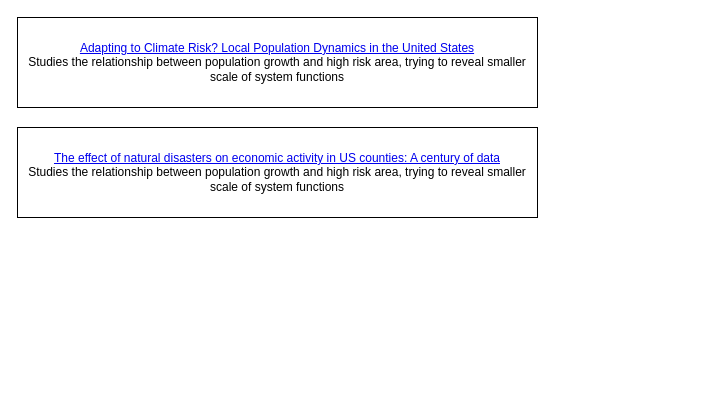
Above: RAwork-literature review.drawio in CaptainCCCP/Draw-io-cloud (draw.io), before the change. Source tidied: cells renumbered, new cells numbered last; positions are measured from the earlier drawing's top-left corner, leaving out a move shared by most shapes. Both pictures are drawn from the tidied source at 100%, with x=0, y=0 at pixel (17, 17).
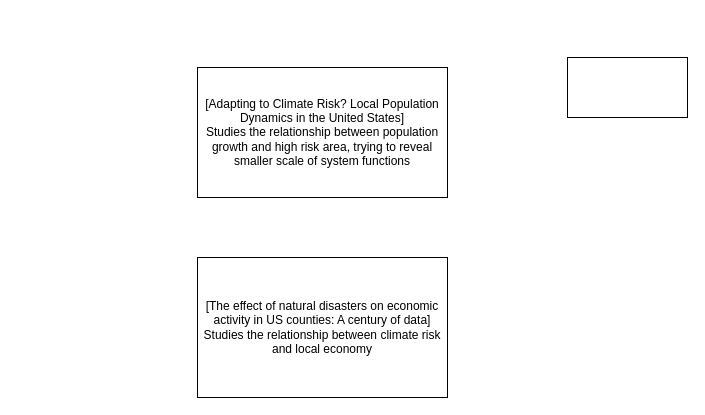
The same diagram, later.

The edit, as a diff of the source:
```diff
@@
 <mxGraphModel>
   <root>
     <mxCell id="0" />
     <mxCell id="1" parent="0" />
-    <mxCell id="2" value="&lt;a href=&quot;https://link.springer.com/article/10.1007/s41885-024-00141-9&quot;&gt;Adapting to Climate Risk? Local Population Dynamics in the United States&lt;/a&gt;&lt;div&gt;Studies the relationship between population growth and high risk area, trying to reveal smaller scale of system functions&lt;/div&gt;" style="rounded=0;whiteSpace=wrap;html=1;" parent="1" vertex="1">
-      <mxGeometry width="520" height="90" as="geometry" />
+    <mxCell id="2" value="[Adapting to Climate Risk? Local Population Dynamics in the United States]&lt;div&gt;Studies the relationship between population growth and high risk area, trying to reveal smaller scale of system functions&lt;/div&gt;" style="rounded=0;whiteSpace=wrap;html=1;" parent="1" vertex="1">
+      <mxGeometry x="180" y="50" width="250" height="130" as="geometry" />
     </mxCell>
-    <mxCell id="3" value="&lt;a href=&quot;https://link.springer.com/article/10.1007/s41885-024-00141-9&quot;&gt;The effect of natural disasters on economic activity in US counties: A century of data&lt;/a&gt;&lt;div&gt;Studies the relationship between population growth and high risk area, trying to reveal smaller scale of system functions&lt;/div&gt;" style="rounded=0;whiteSpace=wrap;html=1;" parent="1" vertex="1">
-      <mxGeometry y="110" width="520" height="90" as="geometry" />
+    <mxCell id="3" value="[The effect of natural disasters on economic activity in US counties: A century of data]&lt;div&gt;Studies the relationship between climate risk and local economy&lt;/div&gt;" style="rounded=0;whiteSpace=wrap;html=1;" parent="1" vertex="1">
+      <mxGeometry x="180" y="240" width="250" height="140" as="geometry" />
     </mxCell>
+    <mxCell id="4" style="rounded=0;whiteSpace=wrap;html=1;" parent="1" vertex="1">
+      <mxGeometry x="550" y="40" width="120" height="60" as="geometry" />
+    </mxCell>
   </root>
 </mxGraphModel>
```
